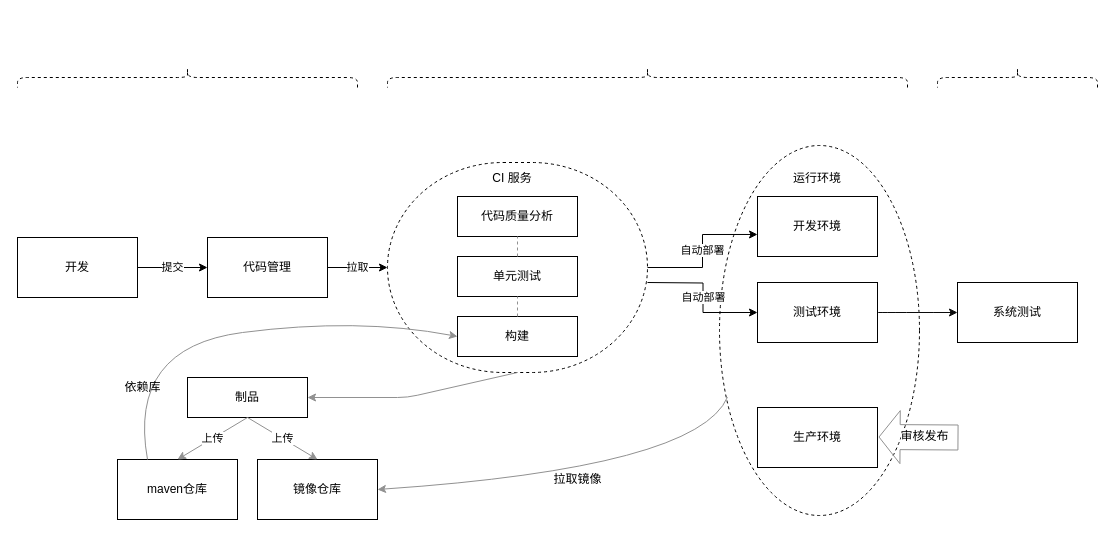
This is DevOps&持续发布.drawio from qozi/diagram, a draw.io file, before an edit. Source tidied: cells renumbered, new cells numbered last; positions are measured from the earlier drawing's top-left corner, leaving out a move shared by most shapes. Both pictures are drawn from the tidied source at 100%, with x=0, y=0 at pixel (17, 67).
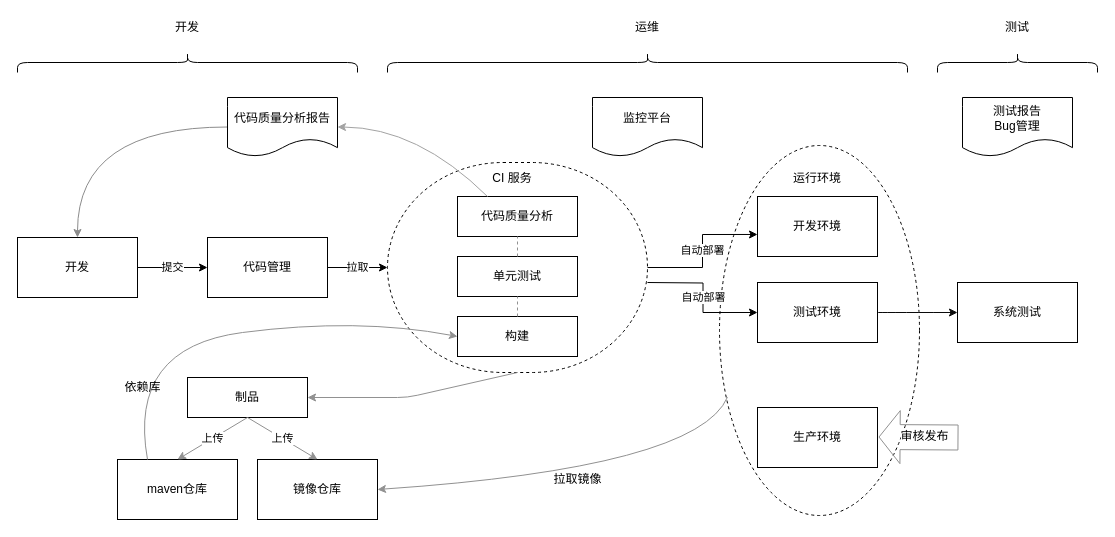
The same diagram, later.

Commit message (it also covers changes not shown here):
更新DevOps&持续发布.drawio

Unchanged cells that the change refers to:
```xml
<mxCell id="6" value="开发" style="rounded=0;whiteSpace=wrap;html=1;" parent="1" vertex="1">
  <mxGeometry y="170" width="120" height="60" as="geometry" />
</mxCell>
<mxCell id="11" value="代码质量分析" style="rounded=0;whiteSpace=wrap;html=1;" parent="1" vertex="1">
  <mxGeometry x="440" y="129" width="120" height="40" as="geometry" />
</mxCell>
```

What changed in the source:
```diff
@@
-    <mxCell id="33" style="shape=curlyBracket;whiteSpace=wrap;html=1;rounded=1;dashed=1;strokeColor=#000000;fillColor=none;direction=south;" parent="1" vertex="1">
-      <mxGeometry width="340" height="20" as="geometry" />
+    <mxCell id="33" style="shape=curlyBracket;whiteSpace=wrap;html=1;rounded=1;strokeColor=#000000;fillColor=none;direction=south;" parent="1" vertex="1">
+      <mxGeometry y="-15" width="340" height="20" as="geometry" />
     </mxCell>
-    <mxCell id="34" style="shape=curlyBracket;whiteSpace=wrap;html=1;rounded=1;dashed=1;strokeColor=#000000;fillColor=none;direction=south;" parent="1" vertex="1">
-      <mxGeometry x="370" width="520" height="20" as="geometry" />
+    <mxCell id="34" style="shape=curlyBracket;whiteSpace=wrap;html=1;rounded=1;strokeColor=#000000;fillColor=none;direction=south;" parent="1" vertex="1">
+      <mxGeometry x="370" y="-15" width="520" height="20" as="geometry" />
     </mxCell>
-    <mxCell id="35" style="shape=curlyBracket;whiteSpace=wrap;html=1;rounded=1;dashed=1;strokeColor=#000000;fillColor=none;direction=south;" parent="1" vertex="1">
-      <mxGeometry x="920" width="160" height="20" as="geometry" />
+    <mxCell id="35" style="shape=curlyBracket;whiteSpace=wrap;html=1;rounded=1;strokeColor=#000000;fillColor=none;direction=south;" parent="1" vertex="1">
+      <mxGeometry x="920" y="-15" width="160" height="20" as="geometry" />
     </mxCell>
@@
+    <mxCell id="37" style="edgeStyle=orthogonalEdgeStyle;curved=1;jettySize=auto;html=1;strokeColor=#8C8C8C;exitX=0;exitY=0.5;exitDx=0;exitDy=0;" parent="1" edge="1" source="38" target="6">
+      <mxGeometry relative="1" as="geometry">
+        <Array as="points">
+          <mxPoint x="60" y="60" />
+        </Array>
+      </mxGeometry>
+    </mxCell>
+    <mxCell id="38" value="代码质量分析报告" style="shape=document;whiteSpace=wrap;html=1;boundedLbl=1;rounded=1;shadow=0;strokeColor=#000000;fillColor=none;" parent="1" vertex="1">
+      <mxGeometry x="210" y="30" width="110" height="59" as="geometry" />
+    </mxCell>
+    <mxCell id="39" value="监控平台" style="shape=document;whiteSpace=wrap;html=1;boundedLbl=1;rounded=1;shadow=0;strokeColor=#000000;fillColor=none;" parent="1" vertex="1">
+      <mxGeometry x="575" y="30" width="110" height="59" as="geometry" />
+    </mxCell>
+    <mxCell id="40" value="测试报告&lt;br&gt;Bug管理" style="shape=document;whiteSpace=wrap;html=1;boundedLbl=1;rounded=1;shadow=0;strokeColor=#000000;fillColor=none;" parent="1" vertex="1">
+      <mxGeometry x="945" y="30" width="110" height="59" as="geometry" />
+    </mxCell>
+    <mxCell id="41" style="curved=1;endArrow=classic;html=1;strokeColor=#A3A3A3;exitX=0.25;exitY=0;exitDx=0;exitDy=0;entryX=1;entryY=0.5;entryDx=0;entryDy=0;" parent="1" edge="1" source="11" target="38">
+      <mxGeometry relative="1" as="geometry">
+        <Array as="points">
+          <mxPoint x="400" y="60" />
+        </Array>
+      </mxGeometry>
+    </mxCell>
+    <mxCell id="42" value="开发" style="text;html=1;strokeColor=none;fillColor=none;align=center;verticalAlign=middle;whiteSpace=wrap;rounded=0;shadow=0;" parent="1" vertex="1">
+      <mxGeometry x="150" y="-50" width="40" height="20" as="geometry" />
+    </mxCell>
+    <mxCell id="43" value="运维" style="text;html=1;strokeColor=none;fillColor=none;align=center;verticalAlign=middle;whiteSpace=wrap;rounded=0;shadow=0;" parent="1" vertex="1">
+      <mxGeometry x="610" y="-50" width="40" height="20" as="geometry" />
+    </mxCell>
+    <mxCell id="44" value="测试" style="text;html=1;strokeColor=none;fillColor=none;align=center;verticalAlign=middle;whiteSpace=wrap;rounded=0;shadow=0;" parent="1" vertex="1">
+      <mxGeometry x="980" y="-50" width="40" height="20" as="geometry" />
+    </mxCell>
```
